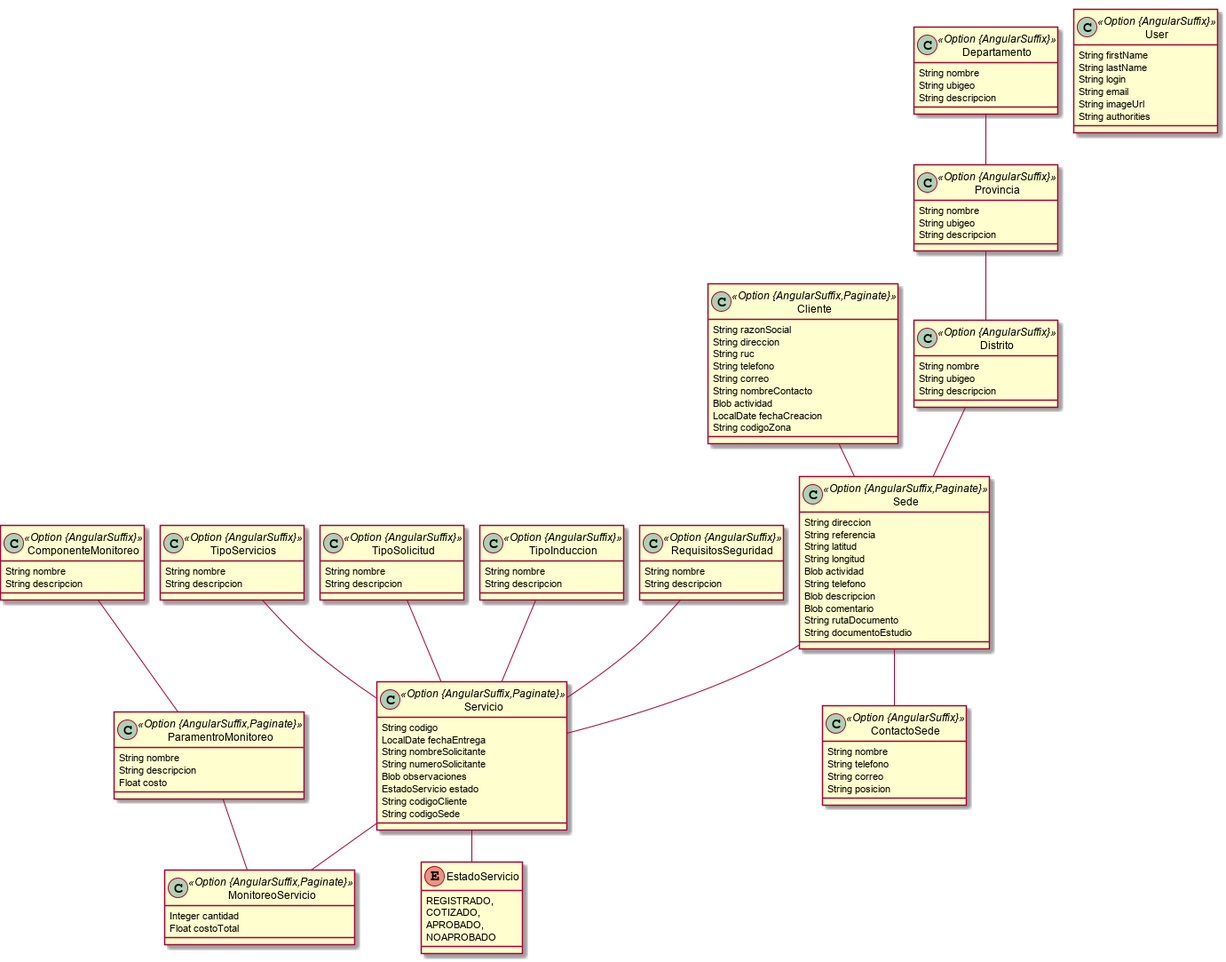
Earlier version of the PlantUML export Comercial.model.png (MIJAEL888/Sigma).
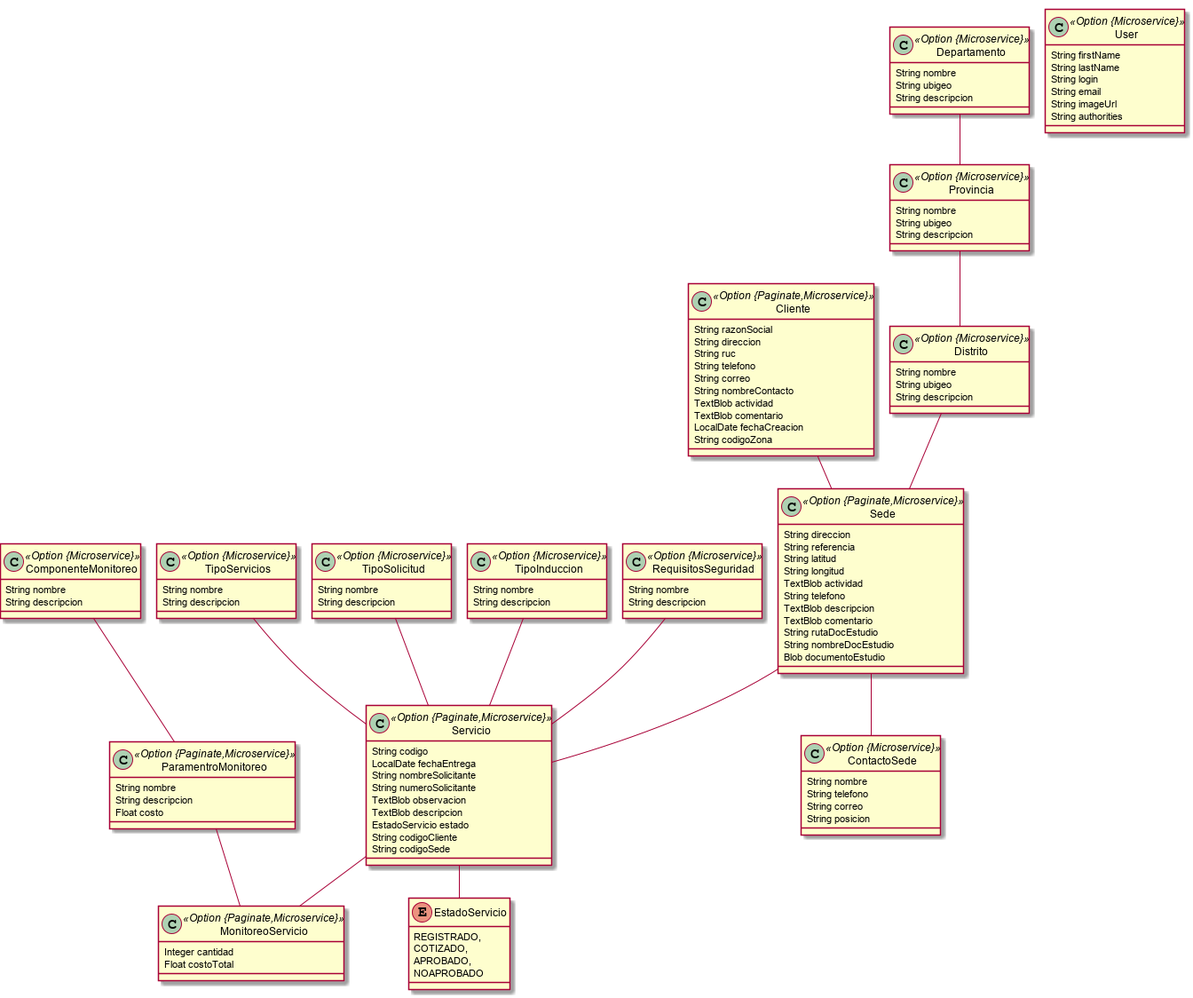
Above is the later version.

Change to the diagram source:
```diff
@@ -1,26 +1,27 @@
 @startuml
 	!pragma graphviz_dot jdot
 	!pragma syntax class
-	class Servicio <<Option {AngularSuffix,Paginate}>> {
+	class Servicio <<Option {Paginate,Microservice}>> {
 		String codigo
 		LocalDate fechaEntrega
 		String nombreSolicitante
 		String numeroSolicitante
-		Blob observaciones
+		TextBlob observacion
+		TextBlob descripcion
 		EstadoServicio estado
 		String codigoCliente
 		String codigoSede
 	}
 	Servicio ..> EstadoServicio
-	class MonitoreoServicio <<Option {AngularSuffix,Paginate}>> {
+	class MonitoreoServicio <<Option {Paginate,Microservice}>> {
 		Integer cantidad
 		Float costoTotal
 	}
-	class ComponenteMonitoreo <<Option {AngularSuffix}>> {
+	class ComponenteMonitoreo <<Option {Microservice}>> {
 		String nombre
 		String descripcion
 	}
-	class ParamentroMonitoreo <<Option {AngularSuffix,Paginate}>> {
+	class ParamentroMonitoreo <<Option {Paginate,Microservice}>> {
 		String nombre
 		String descripcion
 		Float costo
@@ -31,62 +32,64 @@
 		APROBADO,
 		NOAPROBADO
 	}
-	class TipoServicios <<Option {AngularSuffix}>> {
+	class TipoServicios <<Option {Microservice}>> {
 		String nombre
 		String descripcion
 	}
-	class TipoSolicitud <<Option {AngularSuffix}>> {
+	class TipoSolicitud <<Option {Microservice}>> {
 		String nombre
 		String descripcion
 	}
-	class TipoInduccion <<Option {AngularSuffix}>> {
+	class TipoInduccion <<Option {Microservice}>> {
 		String nombre
 		String descripcion
 	}
-	class RequisitosSeguridad <<Option {AngularSuffix}>> {
+	class RequisitosSeguridad <<Option {Microservice}>> {
 		String nombre
 		String descripcion
 	}
-	class Cliente <<Option {AngularSuffix,Paginate}>> {
+	class Cliente <<Option {Paginate,Microservice}>> {
 		String razonSocial
 		String direccion
 		String ruc
 		String telefono
 		String correo
 		String nombreContacto
-		Blob actividad
+		TextBlob actividad
+		TextBlob comentario
 		LocalDate fechaCreacion
 		String codigoZona
 	}
-	class Sede <<Option {AngularSuffix,Paginate}>> {
+	class Sede <<Option {Paginate,Microservice}>> {
 		String direccion
 		String referencia
 		String latitud
 		String longitud
-		Blob actividad
+		TextBlob actividad
 		String telefono
-		Blob descripcion
-		Blob comentario
-		String rutaDocumento
-		String documentoEstudio
+		TextBlob descripcion
+		TextBlob comentario
+		String rutaDocEstudio
+		String nombreDocEstudio
+		Blob documentoEstudio
 	}
-	class ContactoSede <<Option {AngularSuffix}>> {
+	class ContactoSede <<Option {Microservice}>> {
 		String nombre
 		String telefono
 		String correo
 		String posicion
 	}
-	class Distrito <<Option {AngularSuffix}>> {
+	class Distrito <<Option {Microservice}>> {
 		String nombre
 		String ubigeo
 		String descripcion
 	}
-	class Provincia <<Option {AngularSuffix}>> {
+	class Provincia <<Option {Microservice}>> {
 		String nombre
 		String ubigeo
 		String descripcion
 	}
-	class Departamento <<Option {AngularSuffix}>> {
+	class Departamento <<Option {Microservice}>> {
 		String nombre
 		String ubigeo
 		String descripcion
@@ -104,7 +107,7 @@
 	Sede  "contactoSede 0..1 " --o "0..* "  ContactoSede
 	Cliente  "sede 0..1 " --o "cliente 0..* "  Sede
 	Sede  "servicio 0..1 " --o "0..* "  Servicio
-	class User <<Option {AngularSuffix}>> {
+	class User <<Option {Microservice}>> {
 		String firstName
 		String lastName
 		String login
```
